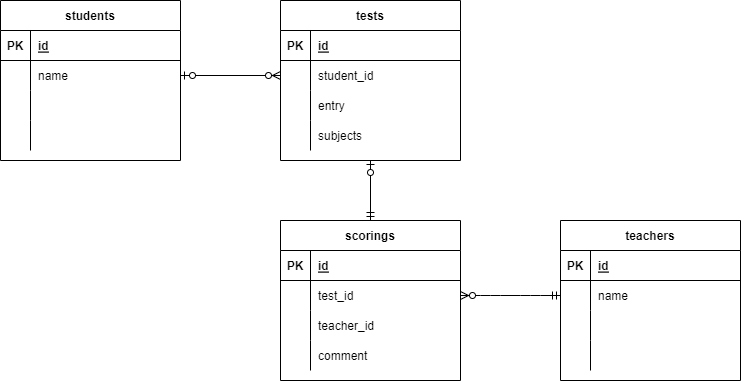
The draw.io diagram .drawio.png in naotominato/20220530aso, before a commit. Source tidied: cells renumbered, new cells last; positions are measured from the earlier drawing's top-left corner, leaving out a move shared by most shapes.
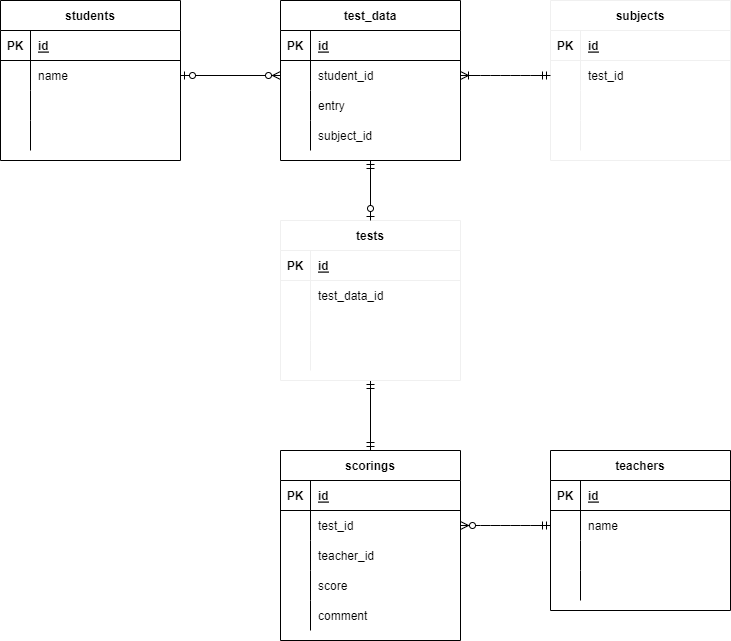
After the change.

The edit, as a diff of the source:
```diff
@@ -42,7 +42,7 @@
       <mxGeometry x="30" width="150" height="30" as="geometry" />
     </mxCell>
     <mxCell id="15" value="teachers" style="shape=table;startSize=30;rowLines=0;fontStyle=1;align=center;" parent="1" vertex="1">
-      <mxGeometry x="560" y="220" width="180" height="160" as="geometry" />
+      <mxGeometry x="550" y="450" width="180" height="160" as="geometry" />
     </mxCell>
     <mxCell id="16" style="shape=partialRectangle;fillColor=none;top=0;left=0;bottom=1;right=0;" parent="15" vertex="1">
       <mxGeometry y="30" width="180" height="30" as="geometry" />
@@ -80,7 +80,7 @@
     <mxCell id="27" style="shape=partialRectangle;fillColor=none;top=0;left=0;bottom=0;right=0;align=left;spacingLeft=6;overflow=hidden;" parent="25" vertex="1">
       <mxGeometry x="30" width="150" height="30" as="geometry" />
     </mxCell>
-    <mxCell id="28" value="tests" style="shape=table;startSize=30;rowLines=0;fontStyle=1;align=center;" parent="1" vertex="1">
+    <mxCell id="28" value="test_data" style="shape=table;startSize=30;rowLines=0;fontStyle=1;align=center;" parent="1" vertex="1">
       <mxGeometry x="280" width="180" height="160" as="geometry" />
     </mxCell>
     <mxCell id="29" style="shape=partialRectangle;fillColor=none;top=0;left=0;bottom=1;right=0;" parent="28" vertex="1">
@@ -120,7 +120,7 @@
       <mxGeometry x="30" width="150" height="30" as="geometry" />
     </mxCell>
     <mxCell id="41" value="scorings" style="shape=table;startSize=30;rowLines=0;fontStyle=1;align=center;" parent="1" vertex="1">
-      <mxGeometry x="280" y="220" width="180" height="160" as="geometry" />
+      <mxGeometry x="280" y="450" width="180" height="190" as="geometry" />
     </mxCell>
     <mxCell id="42" style="shape=partialRectangle;fillColor=none;top=0;left=0;bottom=1;right=0;" parent="41" vertex="1">
       <mxGeometry y="30" width="180" height="30" as="geometry" />
@@ -155,13 +155,22 @@
     <mxCell id="52" style="shape=partialRectangle;fillColor=none;top=0;left=0;bottom=0;right=0;overflow=hidden;" parent="51" vertex="1">
       <mxGeometry width="30" height="30" as="geometry" />
     </mxCell>
-    <mxCell id="53" value="comment" style="shape=partialRectangle;fillColor=none;top=0;left=0;bottom=0;right=0;align=left;spacingLeft=6;overflow=hidden;" parent="51" vertex="1">
+    <mxCell id="53" value="score" style="shape=partialRectangle;fillColor=none;top=0;left=0;bottom=0;right=0;align=left;spacingLeft=6;overflow=hidden;" parent="51" vertex="1">
       <mxGeometry x="30" width="150" height="30" as="geometry" />
     </mxCell>
     <mxCell id="54" style="edgeStyle=none;html=1;entryX=1;entryY=0.5;entryDx=0;entryDy=0;" parent="41" edge="1" source="41" target="45">
       <mxGeometry relative="1" as="geometry" />
     </mxCell>
+    <mxCell id="59" style="shape=partialRectangle;fillColor=none;top=0;left=0;bottom=0;right=0;" parent="41" vertex="1">
+      <mxGeometry y="150" width="180" height="30" as="geometry" />
+    </mxCell>
+    <mxCell id="60" style="shape=partialRectangle;fillColor=none;top=0;left=0;bottom=0;right=0;overflow=hidden;" parent="59" vertex="1">
+      <mxGeometry width="30" height="30" as="geometry" />
+    </mxCell>
+    <mxCell id="61" value="comment" style="shape=partialRectangle;fillColor=none;top=0;left=0;bottom=0;right=0;align=left;spacingLeft=6;overflow=hidden;" parent="59" vertex="1">
+      <mxGeometry x="30" width="150" height="30" as="geometry" />
+    </mxCell>
-    <mxCell id="55" value="subjects" style="shape=partialRectangle;fillColor=none;top=0;left=0;bottom=0;right=0;align=left;spacingLeft=6;overflow=hidden;" parent="1" vertex="1">
+    <mxCell id="55" value="subject_id" style="shape=partialRectangle;fillColor=none;top=0;left=0;bottom=0;right=0;align=left;spacingLeft=6;overflow=hidden;" parent="1" vertex="1">
       <mxGeometry x="310" y="120" width="150" height="30" as="geometry" />
     </mxCell>
     <mxCell id="56" style="fontSize=12;html=1;endArrow=ERzeroToMany;startArrow=ERzeroToOne;exitX=1;exitY=0.5;exitDx=0;exitDy=0;entryX=0;entryY=0.5;entryDx=0;entryDy=0;" parent="1" edge="1" source="6" target="32">
@@ -170,8 +179,92 @@
     <mxCell id="57" style="edgeStyle=entityRelationEdgeStyle;fontSize=12;html=1;endArrow=ERzeroToMany;startArrow=ERmandOne;exitX=0;exitY=0.5;exitDx=0;exitDy=0;entryX=1;entryY=0.5;entryDx=0;entryDy=0;" parent="1" edge="1" source="19" target="45">
       <mxGeometry relative="1" as="geometry" />
     </mxCell>
-    <mxCell id="58" style="fontSize=12;html=1;endArrow=ERzeroToOne;startArrow=ERmandOne;entryX=0.5;entryY=1;entryDx=0;entryDy=0;exitX=0.5;exitY=0;exitDx=0;exitDy=0;" parent="1" edge="1" source="41" target="28">
-      <mxGeometry relative="1" as="geometry" />
-    </mxCell>
+    <mxCell id="62" value="subjects" style="shape=table;startSize=30;rowLines=0;fontStyle=1;align=center;strokeColor=#F0F0F0;" parent="1" vertex="1">
+      <mxGeometry x="550" width="180" height="160" as="geometry" />
+    </mxCell>
+    <mxCell id="63" style="shape=partialRectangle;fillColor=none;top=0;left=0;bottom=1;right=0;strokeColor=#F0F0F0;" parent="62" vertex="1">
+      <mxGeometry y="30" width="180" height="30" as="geometry" />
+    </mxCell>
+    <mxCell id="64" value="PK" style="shape=partialRectangle;fillColor=none;top=0;left=0;bottom=0;right=0;fontStyle=1;overflow=hidden;strokeColor=#F0F0F0;" parent="63" vertex="1">
+      <mxGeometry width="30" height="30" as="geometry" />
+    </mxCell>
+    <mxCell id="65" value="id" style="shape=partialRectangle;fillColor=none;top=0;left=0;bottom=0;right=0;align=left;spacingLeft=6;fontStyle=5;overflow=hidden;strokeColor=#F0F0F0;" parent="63" vertex="1">
+      <mxGeometry x="30" width="150" height="30" as="geometry" />
+    </mxCell>
+    <mxCell id="66" style="shape=partialRectangle;fillColor=none;top=0;left=0;bottom=0;right=0;points=[[0,0.5],[1,0.5]];portConstraint=eastwest;strokeColor=#F0F0F0;" parent="62" vertex="1">
+      <mxGeometry y="60" width="180" height="30" as="geometry" />
+    </mxCell>
+    <mxCell id="67" style="shape=partialRectangle;fillColor=none;top=0;left=0;bottom=0;right=0;overflow=hidden;strokeColor=#F0F0F0;" parent="66" vertex="1">
+      <mxGeometry width="30" height="30" as="geometry" />
+    </mxCell>
+    <mxCell id="68" value="test_id" style="shape=partialRectangle;fillColor=none;top=0;left=0;bottom=0;right=0;align=left;spacingLeft=6;overflow=hidden;strokeColor=#F0F0F0;" parent="66" vertex="1">
+      <mxGeometry x="30" width="150" height="30" as="geometry" />
+    </mxCell>
+    <mxCell id="69" style="shape=partialRectangle;fillColor=none;top=0;left=0;bottom=0;right=0;strokeColor=#F0F0F0;" parent="62" vertex="1">
+      <mxGeometry y="90" width="180" height="30" as="geometry" />
+    </mxCell>
+    <mxCell id="70" style="shape=partialRectangle;fillColor=none;top=0;left=0;bottom=0;right=0;overflow=hidden;strokeColor=#F0F0F0;" parent="69" vertex="1">
+      <mxGeometry width="30" height="30" as="geometry" />
+    </mxCell>
+    <mxCell id="71" style="shape=partialRectangle;fillColor=none;top=0;left=0;bottom=0;right=0;align=left;spacingLeft=6;overflow=hidden;strokeColor=#F0F0F0;" parent="69" vertex="1">
+      <mxGeometry x="30" width="150" height="30" as="geometry" />
+    </mxCell>
+    <mxCell id="72" style="shape=partialRectangle;fillColor=none;top=0;left=0;bottom=0;right=0;strokeColor=#F0F0F0;" parent="62" vertex="1">
+      <mxGeometry y="120" width="180" height="30" as="geometry" />
+    </mxCell>
+    <mxCell id="73" style="shape=partialRectangle;fillColor=none;top=0;left=0;bottom=0;right=0;overflow=hidden;strokeColor=#F0F0F0;" parent="72" vertex="1">
+      <mxGeometry width="30" height="30" as="geometry" />
+    </mxCell>
+    <mxCell id="74" style="shape=partialRectangle;fillColor=none;top=0;left=0;bottom=0;right=0;align=left;spacingLeft=6;overflow=hidden;strokeColor=#F0F0F0;" parent="72" vertex="1">
+      <mxGeometry x="30" width="150" height="30" as="geometry" />
+    </mxCell>
+    <mxCell id="75" style="edgeStyle=entityRelationEdgeStyle;fontSize=12;html=1;endArrow=ERoneToMany;startArrow=ERmandOne;entryX=1;entryY=0.5;entryDx=0;entryDy=0;exitX=0;exitY=0.5;exitDx=0;exitDy=0;" parent="1" edge="1" source="66" target="32">
+      <mxGeometry relative="1" as="geometry" />
+    </mxCell>
+    <mxCell id="76" style="fontSize=12;html=1;endArrow=ERmandOne;startArrow=ERmandOne;exitX=0.5;exitY=0;exitDx=0;exitDy=0;entryX=0.5;entryY=1;entryDx=0;entryDy=0;" parent="1" edge="1" source="41" target="77">
+      <mxGeometry relative="1" as="geometry" />
+    </mxCell>
+    <mxCell id="77" value="tests" style="shape=table;startSize=30;rowLines=0;fontStyle=1;align=center;strokeColor=#F0F0F0;" parent="1" vertex="1">
+      <mxGeometry x="280" y="220" width="180" height="160" as="geometry" />
+    </mxCell>
+    <mxCell id="78" style="shape=partialRectangle;fillColor=none;top=0;left=0;bottom=1;right=0;strokeColor=#F0F0F0;" parent="77" vertex="1">
+      <mxGeometry y="30" width="180" height="30" as="geometry" />
+    </mxCell>
+    <mxCell id="79" value="PK" style="shape=partialRectangle;fillColor=none;top=0;left=0;bottom=0;right=0;fontStyle=1;overflow=hidden;strokeColor=#F0F0F0;" parent="78" vertex="1">
+      <mxGeometry width="30" height="30" as="geometry" />
+    </mxCell>
+    <mxCell id="80" value="id" style="shape=partialRectangle;fillColor=none;top=0;left=0;bottom=0;right=0;align=left;spacingLeft=6;fontStyle=5;overflow=hidden;strokeColor=#F0F0F0;" parent="78" vertex="1">
+      <mxGeometry x="30" width="150" height="30" as="geometry" />
+    </mxCell>
+    <mxCell id="81" style="shape=partialRectangle;fillColor=none;top=0;left=0;bottom=0;right=0;strokeColor=#F0F0F0;" parent="77" vertex="1">
+      <mxGeometry y="60" width="180" height="30" as="geometry" />
+    </mxCell>
+    <mxCell id="82" style="shape=partialRectangle;fillColor=none;top=0;left=0;bottom=0;right=0;overflow=hidden;strokeColor=#F0F0F0;" parent="81" vertex="1">
+      <mxGeometry width="30" height="30" as="geometry" />
+    </mxCell>
+    <mxCell id="83" value="test_data_id" style="shape=partialRectangle;fillColor=none;top=0;left=0;bottom=0;right=0;align=left;spacingLeft=6;overflow=hidden;strokeColor=#F0F0F0;" parent="81" vertex="1">
+      <mxGeometry x="30" width="150" height="30" as="geometry" />
+    </mxCell>
+    <mxCell id="84" style="shape=partialRectangle;fillColor=none;top=0;left=0;bottom=0;right=0;strokeColor=#F0F0F0;" parent="77" vertex="1">
+      <mxGeometry y="90" width="180" height="30" as="geometry" />
+    </mxCell>
+    <mxCell id="85" style="shape=partialRectangle;fillColor=none;top=0;left=0;bottom=0;right=0;overflow=hidden;strokeColor=#F0F0F0;" parent="84" vertex="1">
+      <mxGeometry width="30" height="30" as="geometry" />
+    </mxCell>
+    <mxCell id="86" style="shape=partialRectangle;fillColor=none;top=0;left=0;bottom=0;right=0;align=left;spacingLeft=6;overflow=hidden;strokeColor=#F0F0F0;" parent="84" vertex="1">
+      <mxGeometry x="30" width="150" height="30" as="geometry" />
+    </mxCell>
+    <mxCell id="87" style="shape=partialRectangle;fillColor=none;top=0;left=0;bottom=0;right=0;strokeColor=#F0F0F0;" parent="77" vertex="1">
+      <mxGeometry y="120" width="180" height="30" as="geometry" />
+    </mxCell>
+    <mxCell id="88" style="shape=partialRectangle;fillColor=none;top=0;left=0;bottom=0;right=0;overflow=hidden;strokeColor=#F0F0F0;" parent="87" vertex="1">
+      <mxGeometry width="30" height="30" as="geometry" />
+    </mxCell>
+    <mxCell id="89" style="shape=partialRectangle;fillColor=none;top=0;left=0;bottom=0;right=0;align=left;spacingLeft=6;overflow=hidden;strokeColor=#F0F0F0;" parent="87" vertex="1">
+      <mxGeometry x="30" width="150" height="30" as="geometry" />
+    </mxCell>
+    <mxCell id="90" style="fontSize=12;html=1;endArrow=ERzeroToOne;startArrow=ERmandOne;entryX=0.5;entryY=0;entryDx=0;entryDy=0;exitX=0.5;exitY=1;exitDx=0;exitDy=0;" parent="1" edge="1" source="28" target="77">
+      <mxGeometry relative="1" as="geometry" />
+    </mxCell>
   </root>
 </mxGraphModel>
```
